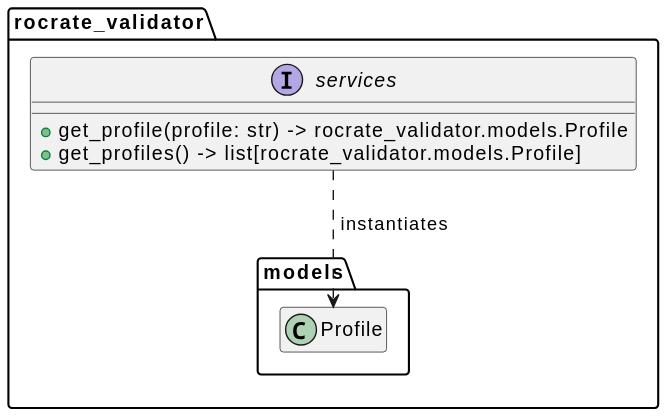
kikkomep/rocrate-validator keeps this PlantUML diagram as docs/diagrams/core-services.profiles.svg. Above is the earlier version.
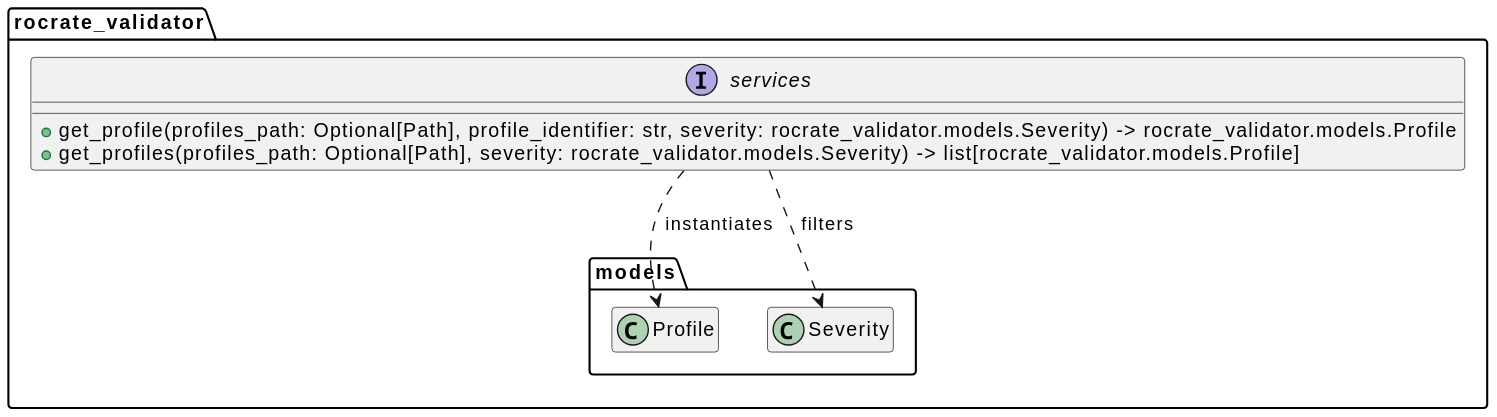
Later version of the same file.

Commit message:
docs(diagrams): :memo: update diagrams

The edit, as a diff of the source:
```diff
@@ -4,19 +4,21 @@
 
 package "rocrate_validator" {
 
-    interface services {
-        + get_profile(profile: str) -> rocrate_validator.models.Profile
-        + get_profiles() -> list[rocrate_validator.models.Profile]
+    interface services [[#rocrate_validator.services.get_profiles]] {
+        + get_profile(profiles_path: Optional[Path], profile_identifier: str, severity: rocrate_validator.models.Severity) -> rocrate_validator.models.Profile
+        + get_profiles(profiles_path: Optional[Path], severity: rocrate_validator.models.Severity) -> list[rocrate_validator.models.Profile]
     }
 
     show services members
 
     services ..> rocrate_validator.models.Profile : " instantiates"
+    services ..> rocrate_validator.models.Severity : " filters"
 }
 
 package "rocrate_validator.models" {
 
-    class Profile {
+    class Profile [[#rocrate_validator.models.Profile]] {}
+
+    class Severity [[#rocrate_validator.models.Severity]] {
     }
-}
 @enduml
```
